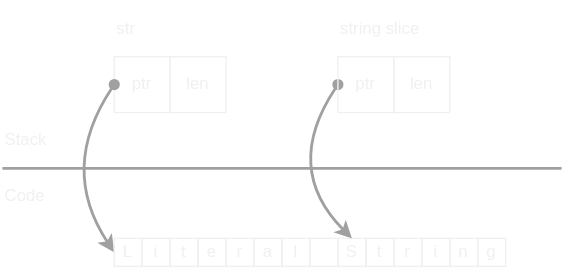
Before: docs/rust/memory_layout/images/str.drawio.svg, a diagram exported from draw.io (htgithub194/self-study). Source tidied: cells renumbered, new cells last; positions are measured from the earlier drawing's top-left corner, leaving out a move shared by most shapes.
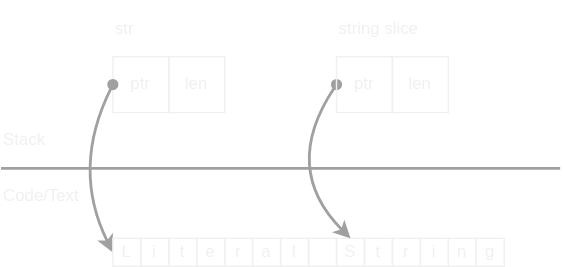
The same diagram one commit later.

Change to the diagram source:
```diff
@@ -16,7 +16,7 @@
         <mxPoint x="80" y="60" as="sourcePoint" />
         <mxPoint x="80" y="180" as="targetPoint" />
         <Array as="points">
-          <mxPoint x="40" y="120" />
+          <mxPoint x="50" y="120" />
         </Array>
       </mxGeometry>
     </mxCell>
@@ -53,7 +53,7 @@
     <mxCell id="15" value="Stack" style="text;html=1;strokeColor=none;fillColor=none;align=left;verticalAlign=middle;whiteSpace=wrap;rounded=0;fontColor=#F0F0F0;" parent="1" vertex="1">
       <mxGeometry y="80" width="80" height="40" as="geometry" />
     </mxCell>
-    <mxCell id="16" value="Code" style="text;html=1;strokeColor=none;fillColor=none;align=left;verticalAlign=middle;whiteSpace=wrap;rounded=0;fontColor=#F0F0F0;" parent="1" vertex="1">
+    <mxCell id="16" value="Code/Text" style="text;html=1;strokeColor=none;fillColor=none;align=left;verticalAlign=middle;whiteSpace=wrap;rounded=0;fontColor=#F0F0F0;" parent="1" vertex="1">
       <mxGeometry y="120" width="80" height="40" as="geometry" />
     </mxCell>
     <mxCell id="17" value="S" style="rounded=0;whiteSpace=wrap;html=1;flipH=1;flipV=1;fillColor=none;fontColor=#F0F0F0;strokeColor=#F0F0F0;" parent="1" vertex="1">
```
